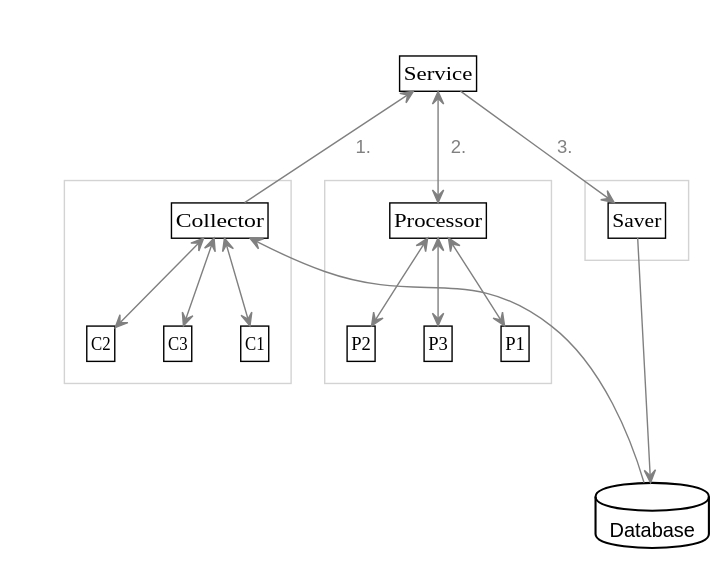
Above: .gitbook/assets/collect-process-save-extended.svg in petozoltan/gitbook-sync (PlantUML), before the change.
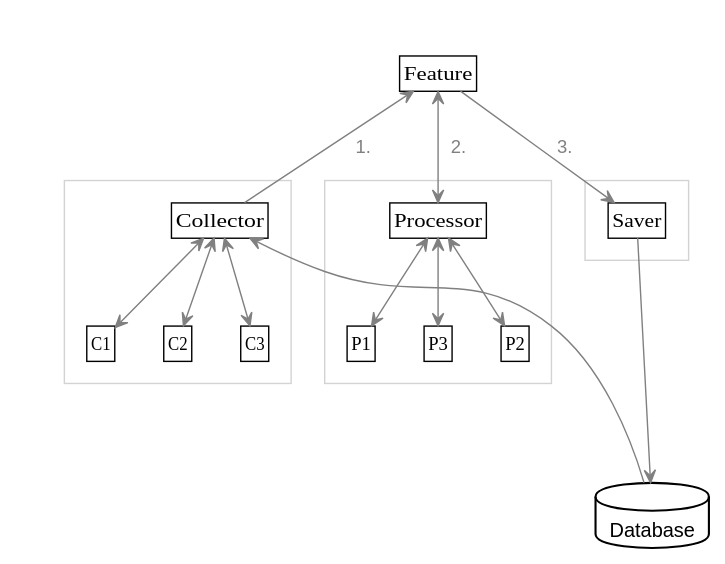
After the change.

Change to the diagram source:
```diff
@@ -42,25 +42,29 @@
 }
 
 together {
+
 package {
+Collector <--> C3
 Collector <--> C1
 Collector <--> C2
-Collector <--> C3
 }
+
 package {
+Processor <--> P2
 Processor <--> P1
-Processor <--> P2
 Processor <--> P3
 }
+
 package {
 class Saver
 }
+
 Collector -[hidden] Processor
 Processor -[hidden] Saver
 
-Service  <--  Collector : " 1."
-Service  <--> Processor : "  2."
-Service  --> Saver : " 3."
+Feature  <--  Collector : " 1."
+Feature  <--> Processor : "  2."
+Feature  --> Saver : " 3."
 }
 
 Saver --> Database
```
